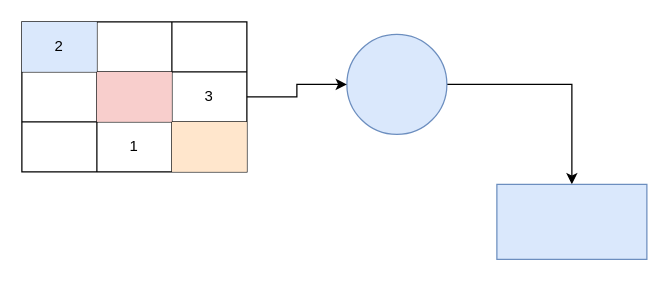
Earlier version of the draw.io diagram page "Page-1" (1 of 2) of docs/assets/drawio/demo.drawio (SszOrg/bulletin). Source tidied: cells renumbered, new cells numbered last; positions are measured from the earlier drawing's top-left corner, leaving out a move shared by most shapes. Both pictures are drawn from the tidied source at 125%, with x=0, y=0 at pixel (21, 21).
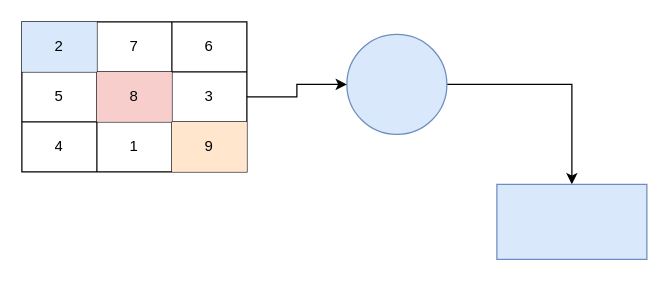
The same page after the edit.

The edit, as a diff of the source:
```diff
@@
 <mxGraphModel>
   <root>
     <mxCell id="0" />
     <mxCell id="1" parent="0" />
     <mxCell id="2" style="shape=table;html=1;whiteSpace=wrap;startSize=0;childLayout=tableLayout;" parent="1" vertex="1">
       <mxGeometry width="180" height="120" as="geometry" />
     </mxCell>
     <mxCell id="3" style="shape=tableRow;horizontal=0;startSize=0;swimlaneHead=0;swimlaneBody=0;top=0;left=0;bottom=0;right=0;fillColor=none;" parent="2" vertex="1">
       <mxGeometry width="180" height="40" as="geometry" />
     </mxCell>
     <mxCell id="4" value="2" style="shape=partialRectangle;html=1;whiteSpace=wrap;fillColor=#dae8fc;top=0;left=0;bottom=0;right=0;overflow=hidden;strokeColor=#6c8ebf;" parent="3" vertex="1">
       <mxGeometry width="60" height="40" as="geometry" />
     </mxCell>
-    <mxCell id="5" style="shape=partialRectangle;html=1;whiteSpace=wrap;fillColor=none;top=0;left=0;bottom=0;right=0;overflow=hidden;" parent="3" vertex="1">
+    <mxCell id="5" value="7" style="shape=partialRectangle;html=1;whiteSpace=wrap;fillColor=none;top=0;left=0;bottom=0;right=0;overflow=hidden;" parent="3" vertex="1">
       <mxGeometry x="60" width="60" height="40" as="geometry" />
     </mxCell>
-    <mxCell id="6" style="shape=partialRectangle;html=1;whiteSpace=wrap;fillColor=none;top=0;left=0;bottom=0;right=0;overflow=hidden;" parent="3" vertex="1">
+    <mxCell id="6" value="6" style="shape=partialRectangle;html=1;whiteSpace=wrap;fillColor=none;top=0;left=0;bottom=0;right=0;overflow=hidden;" parent="3" vertex="1">
       <mxGeometry x="120" width="60" height="40" as="geometry" />
     </mxCell>
     <mxCell id="7" style="shape=tableRow;horizontal=0;startSize=0;swimlaneHead=0;swimlaneBody=0;top=0;left=0;bottom=0;right=0;fillColor=none;points=[[0,0.5],[1,0.5]];portConstraint=eastwest;" parent="2" vertex="1">
       <mxGeometry y="40" width="180" height="40" as="geometry" />
     </mxCell>
-    <mxCell id="8" style="shape=partialRectangle;html=1;whiteSpace=wrap;fillColor=none;top=0;left=0;bottom=0;right=0;overflow=hidden;" parent="7" vertex="1">
+    <mxCell id="8" value="5" style="shape=partialRectangle;html=1;whiteSpace=wrap;fillColor=none;top=0;left=0;bottom=0;right=0;overflow=hidden;" parent="7" vertex="1">
       <mxGeometry width="60" height="40" as="geometry" />
     </mxCell>
-    <mxCell id="9" style="shape=partialRectangle;html=1;whiteSpace=wrap;fillColor=#f8cecc;top=0;left=0;bottom=0;right=0;overflow=hidden;strokeColor=#b85450;" parent="7" vertex="1">
+    <mxCell id="9" value="8" style="shape=partialRectangle;html=1;whiteSpace=wrap;fillColor=#f8cecc;top=0;left=0;bottom=0;right=0;overflow=hidden;strokeColor=#b85450;" parent="7" vertex="1">
       <mxGeometry x="60" width="60" height="40" as="geometry" />
     </mxCell>
     <mxCell id="10" value="3" style="shape=partialRectangle;html=1;whiteSpace=wrap;fillColor=none;top=0;left=0;bottom=0;right=0;overflow=hidden;" parent="7" vertex="1">
       <mxGeometry x="120" width="60" height="40" as="geometry" />
     </mxCell>
     <mxCell id="11" style="shape=tableRow;horizontal=0;startSize=0;swimlaneHead=0;swimlaneBody=0;top=0;left=0;bottom=0;right=0;fillColor=none;" parent="2" vertex="1">
       <mxGeometry y="80" width="180" height="40" as="geometry" />
     </mxCell>
-    <mxCell id="12" style="shape=partialRectangle;html=1;whiteSpace=wrap;fillColor=none;top=0;left=0;bottom=0;right=0;overflow=hidden;" parent="11" vertex="1">
+    <mxCell id="12" value="4" style="shape=partialRectangle;html=1;whiteSpace=wrap;fillColor=none;top=0;left=0;bottom=0;right=0;overflow=hidden;" parent="11" vertex="1">
       <mxGeometry width="60" height="40" as="geometry" />
     </mxCell>
     <mxCell id="13" value="1" style="shape=partialRectangle;html=1;whiteSpace=wrap;fillColor=none;top=0;left=0;bottom=0;right=0;overflow=hidden;" parent="11" vertex="1">
       <mxGeometry x="60" width="60" height="40" as="geometry" />
     </mxCell>
-    <mxCell id="14" style="shape=partialRectangle;html=1;whiteSpace=wrap;fillColor=#ffe6cc;top=0;left=0;bottom=0;right=0;overflow=hidden;strokeColor=#d79b00;" parent="11" vertex="1">
+    <mxCell id="14" value="9" style="shape=partialRectangle;html=1;whiteSpace=wrap;fillColor=#ffe6cc;top=0;left=0;bottom=0;right=0;overflow=hidden;strokeColor=#d79b00;" parent="11" vertex="1">
       <mxGeometry x="120" width="60" height="40" as="geometry" />
     </mxCell>
     <mxCell id="15" style="edgeStyle=orthogonalEdgeStyle;rounded=0;jettySize=auto;html=1;entryX=0.5;entryY=0;entryDx=0;entryDy=0;" parent="1" edge="1" source="16" target="17">
       <mxGeometry relative="1" as="geometry" />
     </mxCell>
     <mxCell id="16" style="ellipse;whiteSpace=wrap;html=1;fillColor=#dae8fc;strokeColor=#6c8ebf;" parent="1" vertex="1">
       <mxGeometry x="260" y="10" width="80" height="80" as="geometry" />
     </mxCell>
     <mxCell id="17" style="rounded=0;whiteSpace=wrap;html=1;fillColor=#dae8fc;strokeColor=#6c8ebf;" parent="1" vertex="1">
       <mxGeometry x="380" y="130" width="120" height="60" as="geometry" />
     </mxCell>
     <mxCell id="18" style="edgeStyle=orthogonalEdgeStyle;rounded=0;jettySize=auto;html=1;" parent="1" edge="1" source="7" target="16">
       <mxGeometry relative="1" as="geometry" />
     </mxCell>
   </root>
 </mxGraphModel>
```
